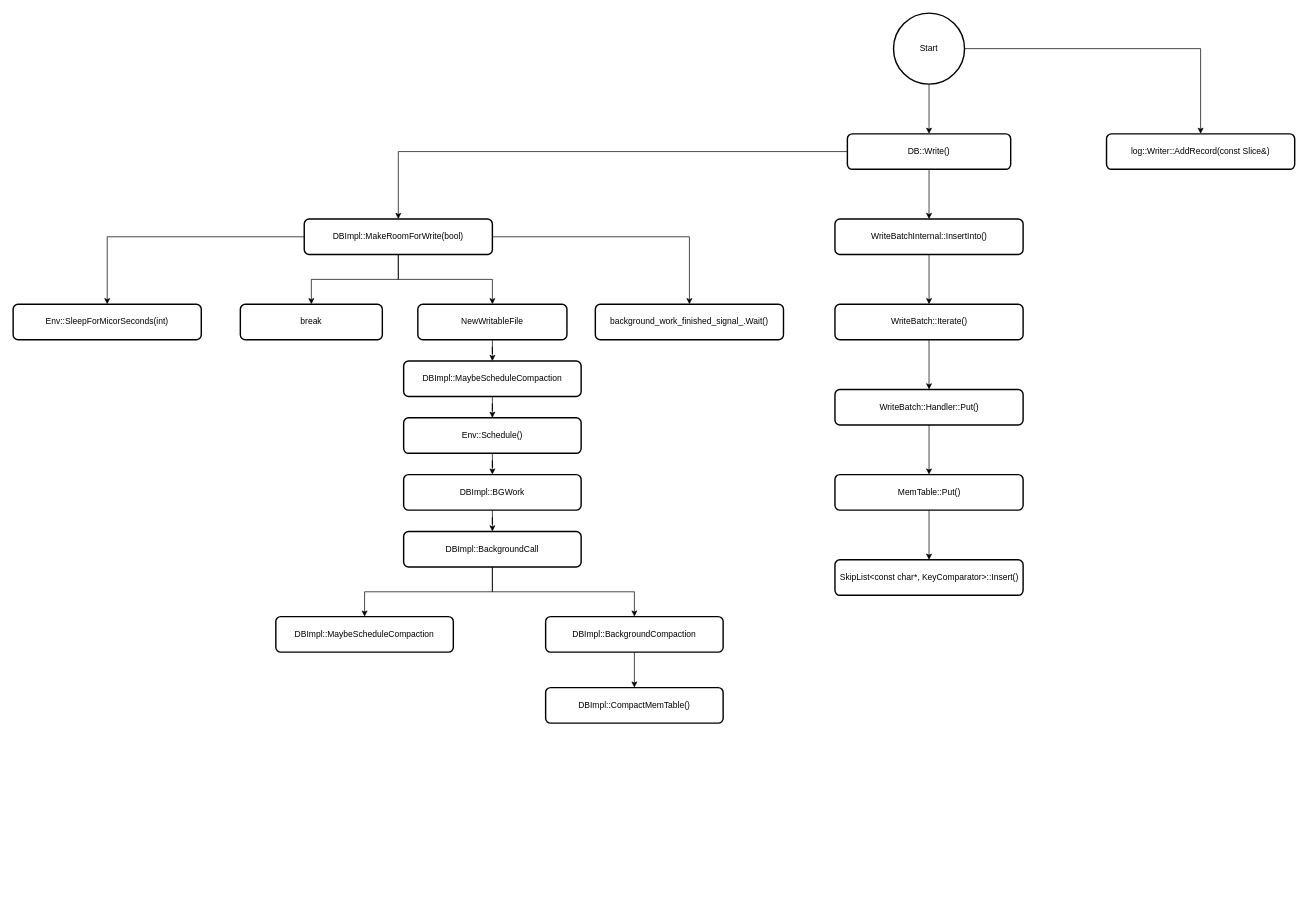
This is leveldb/leveldb_write.drawio from zll600/pictures, a draw.io file, before an edit. Source tidied: cells renumbered, new cells numbered last; positions are measured from the earlier drawing's top-left corner, leaving out a move shared by most shapes. Both pictures are drawn from the tidied source at 71%, with x=0, y=0 at pixel (13, 13).
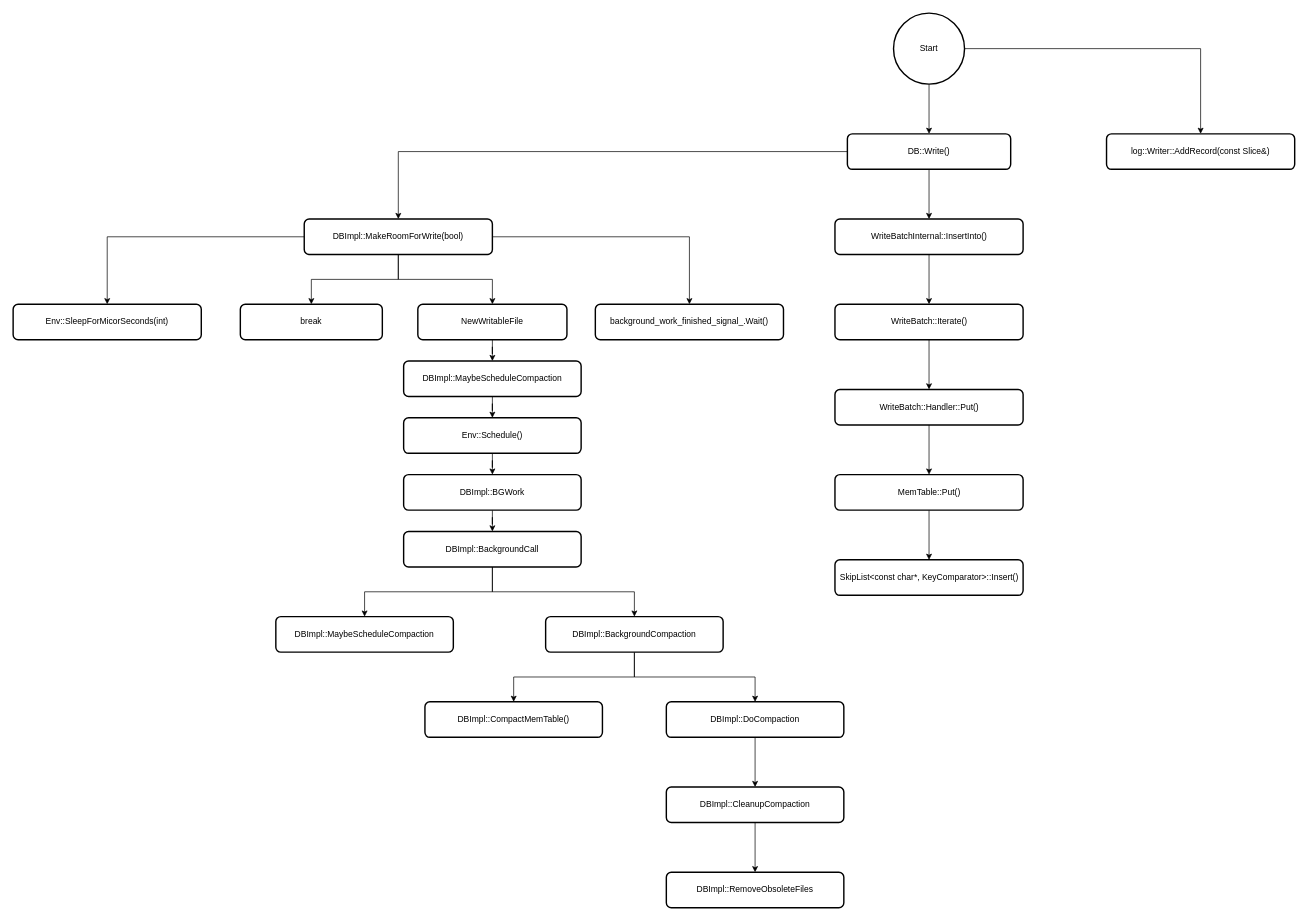
Above is the later version.

Unchanged cells that the change refers to:
```xml
<mxCell id="38" value="DBImpl::BackgroundCompaction" style="rounded=1;whiteSpace=wrap;html=1;absoluteArcSize=1;arcSize=14;strokeWidth=2;" parent="1" vertex="1">
  <mxGeometry x="750" y="850" width="250" height="50" as="geometry" />
</mxCell>
```

The edit, as a diff of the source:
```diff
@@
+    <mxCell id="41" style="edgeStyle=orthogonalEdgeStyle;rounded=0;jettySize=auto;html=1;" parent="1" edge="1" source="38" target="43">
+      <mxGeometry relative="1" as="geometry" />
+    </mxCell>
@@
     <mxCell id="40" value="DBImpl::CompactMemTable()" style="rounded=1;whiteSpace=wrap;html=1;absoluteArcSize=1;arcSize=14;strokeWidth=2;" parent="1" vertex="1">
-      <mxGeometry x="750" y="950" width="250" height="50" as="geometry" />
+      <mxGeometry x="580" y="970" width="250" height="50" as="geometry" />
     </mxCell>
+    <mxCell id="42" style="edgeStyle=orthogonalEdgeStyle;rounded=0;jettySize=auto;html=1;entryX=0.5;entryY=0;entryDx=0;entryDy=0;" parent="1" edge="1" source="43" target="45">
+      <mxGeometry relative="1" as="geometry" />
+    </mxCell>
+    <mxCell id="43" value="DBImpl::DoCompaction" style="rounded=1;whiteSpace=wrap;html=1;absoluteArcSize=1;arcSize=14;strokeWidth=2;" parent="1" vertex="1">
+      <mxGeometry x="920" y="970" width="250" height="50" as="geometry" />
+    </mxCell>
+    <mxCell id="44" style="edgeStyle=orthogonalEdgeStyle;rounded=0;jettySize=auto;html=1;" parent="1" edge="1" source="45" target="46">
+      <mxGeometry relative="1" as="geometry" />
+    </mxCell>
+    <mxCell id="45" value="DBImpl::CleanupCompaction" style="rounded=1;whiteSpace=wrap;html=1;absoluteArcSize=1;arcSize=14;strokeWidth=2;" parent="1" vertex="1">
+      <mxGeometry x="920" y="1090" width="250" height="50" as="geometry" />
+    </mxCell>
+    <mxCell id="46" value="DBImpl::RemoveObsoleteFiles" style="rounded=1;whiteSpace=wrap;html=1;absoluteArcSize=1;arcSize=14;strokeWidth=2;" parent="1" vertex="1">
+      <mxGeometry x="920" y="1210" width="250" height="50" as="geometry" />
+    </mxCell>
```
